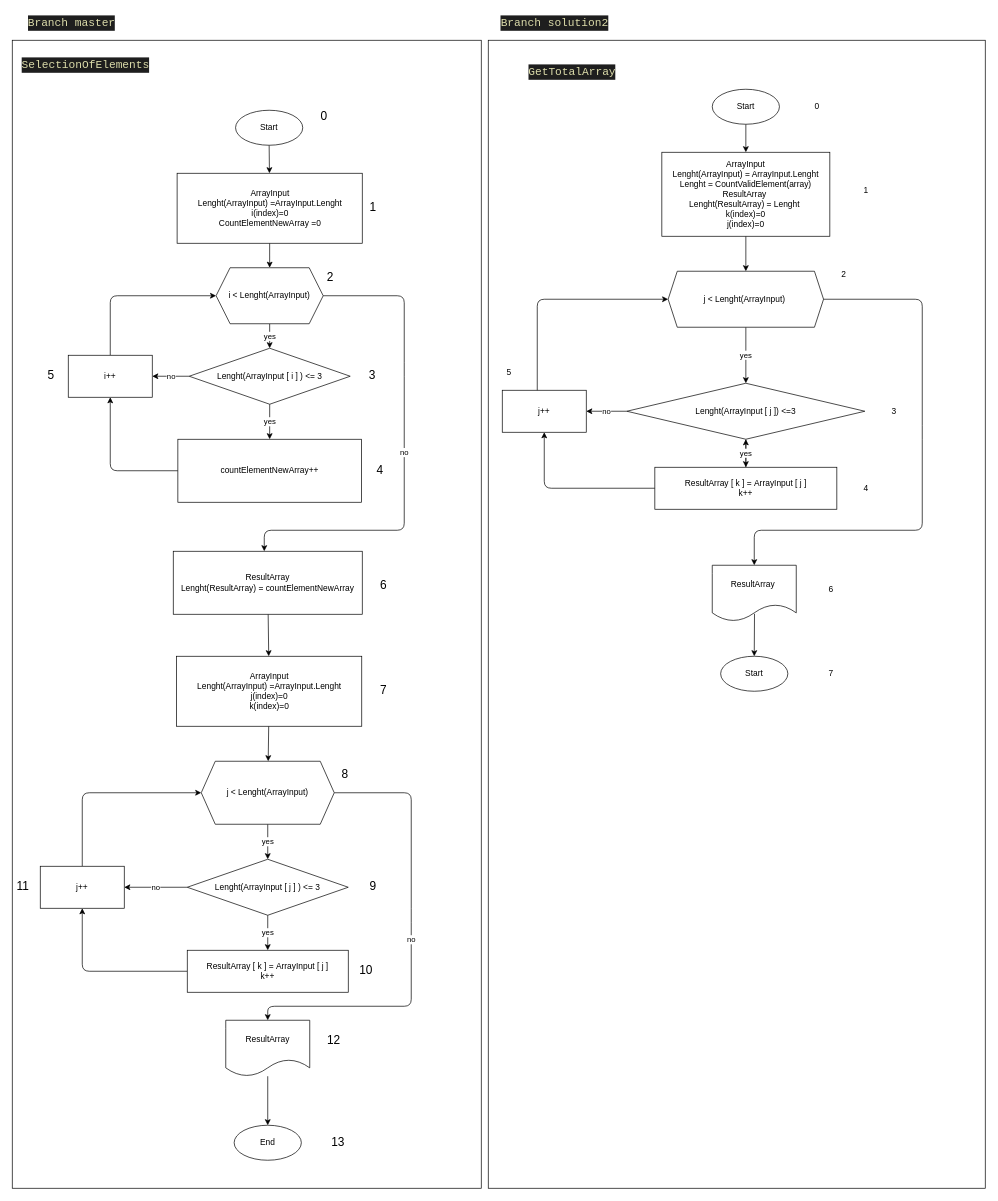
This is Task/al.drawio from KuroTamashiAF/Final-test-work, a draw.io file, before an edit. Source tidied: cells renumbered, new cells numbered last; positions are measured from the earlier drawing's top-left corner, leaving out a move shared by most shapes. Both pictures are drawn from the tidied source at 70%, with x=0, y=0 at pixel (12, 12).
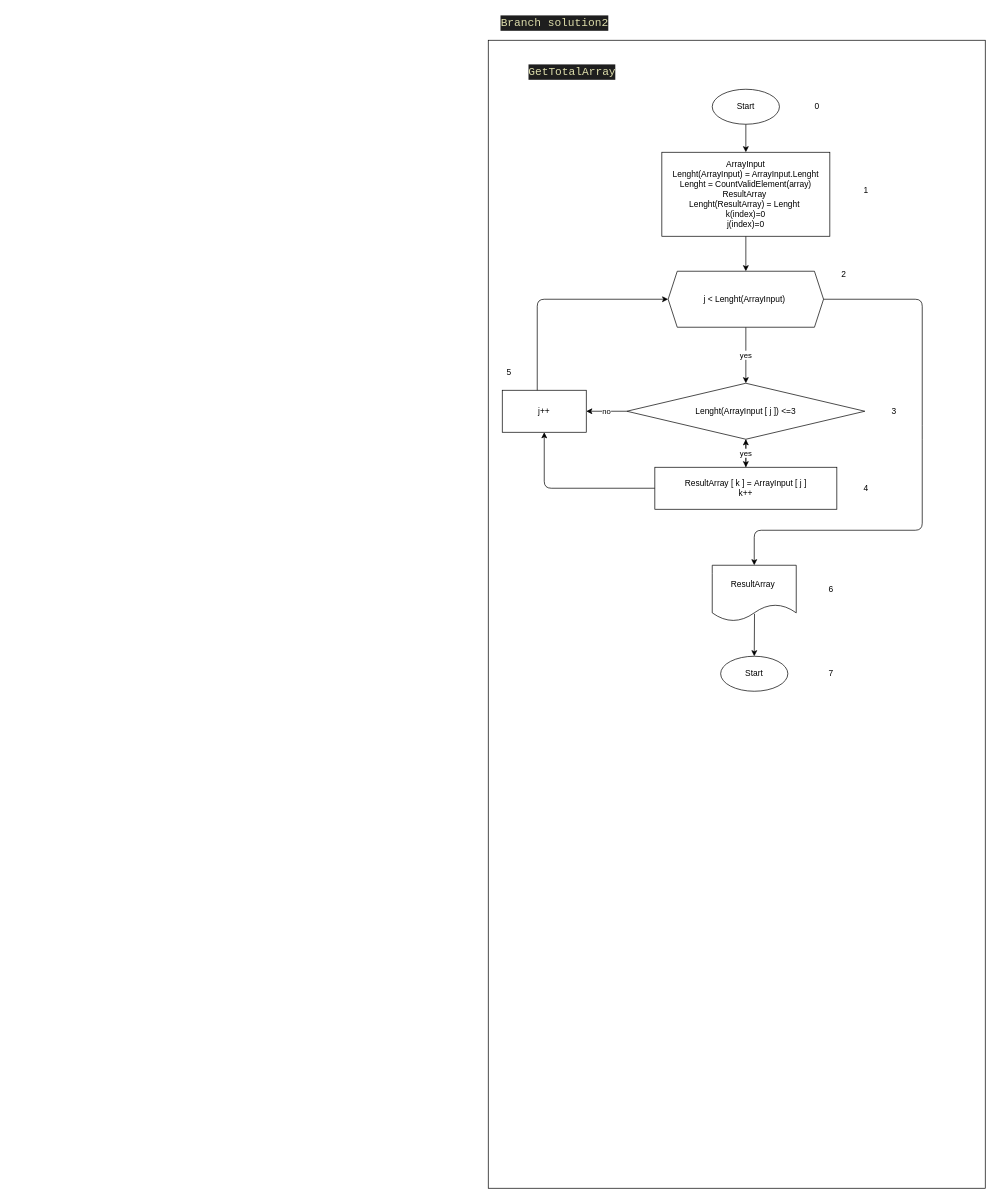
The same page after the edit.

What changed in the source:
```diff
@@
-    <mxCell id="3" style="rounded=0;whiteSpace=wrap;html=1;" parent="1" vertex="1">
-      <mxGeometry y="40" width="670" height="1640" as="geometry" />
-    </mxCell>
-    <mxCell id="4" style="edgeStyle=none;html=1;" parent="1" edge="1" source="5" target="7">
-      <mxGeometry relative="1" as="geometry" />
-    </mxCell>
-    <mxCell id="5" value="Start" style="ellipse;whiteSpace=wrap;html=1;" parent="1" vertex="1">
-      <mxGeometry x="319" y="140" width="96" height="50" as="geometry" />
-    </mxCell>
-    <mxCell id="6" style="edgeStyle=none;html=1;" parent="1" edge="1" source="7" target="10">
-      <mxGeometry relative="1" as="geometry" />
-    </mxCell>
-    <mxCell id="7" value="ArrayInput&lt;br&gt;Lenght(ArrayInput) =ArrayInput.Lenght&lt;br&gt;i(index)=0&lt;br&gt;CountElementNewArray =0" style="whiteSpace=wrap;html=1;" parent="1" vertex="1">
-      <mxGeometry x="235.5" y="230" width="264.5" height="100" as="geometry" />
-    </mxCell>
-    <mxCell id="8" value="yes" style="edgeStyle=none;html=1;" parent="1" edge="1" source="10" target="13">
-      <mxGeometry relative="1" as="geometry" />
-    </mxCell>
-    <mxCell id="9" value="no" style="edgeStyle=none;html=1;" parent="1" edge="1" source="10">
-      <mxGeometry relative="1" as="geometry">
-        <mxPoint x="360" y="770" as="targetPoint" />
-        <Array as="points">
-          <mxPoint x="560" y="405" />
-          <mxPoint x="560" y="510" />
-          <mxPoint x="560" y="740" />
-          <mxPoint x="360" y="740" />
-        </Array>
-      </mxGeometry>
-    </mxCell>
-    <mxCell id="10" value="i &amp;lt; Lenght(ArrayInput)" style="shape=hexagon;perimeter=hexagonPerimeter2;whiteSpace=wrap;html=1;fixedSize=1;" parent="1" vertex="1">
-      <mxGeometry x="291.2" y="365" width="153" height="80" as="geometry" />
-    </mxCell>
-    <mxCell id="11" value="yes" style="edgeStyle=none;html=1;" parent="1" edge="1" source="13" target="15">
-      <mxGeometry relative="1" as="geometry" />
-    </mxCell>
-    <mxCell id="12" value="no" style="edgeStyle=none;html=1;exitX=0;exitY=0.5;exitDx=0;exitDy=0;entryX=1;entryY=0.5;entryDx=0;entryDy=0;" parent="1" edge="1" source="13" target="17">
-      <mxGeometry relative="1" as="geometry" />
-    </mxCell>
-    <mxCell id="13" value="&lt;span&gt;Lenght(ArrayInput [ i ] ) &amp;lt;= 3&lt;/span&gt;" style="rhombus;whiteSpace=wrap;html=1;" parent="1" vertex="1">
-      <mxGeometry x="252.8" y="480" width="230" height="80" as="geometry" />
-    </mxCell>
-    <mxCell id="14" style="edgeStyle=none;html=1;exitX=0;exitY=0.5;exitDx=0;exitDy=0;entryX=0.5;entryY=1;entryDx=0;entryDy=0;" parent="1" edge="1" source="15" target="17">
-      <mxGeometry relative="1" as="geometry">
-        <Array as="points">
-          <mxPoint x="140" y="655" />
-        </Array>
-      </mxGeometry>
-    </mxCell>
-    <mxCell id="15" value="&lt;br&gt;&lt;span&gt;countElementNewArray++&lt;br&gt;&lt;br&gt;&lt;/span&gt;" style="whiteSpace=wrap;html=1;" parent="1" vertex="1">
-      <mxGeometry x="236.6" y="610" width="262.2" height="90" as="geometry" />
-    </mxCell>
-    <mxCell id="16" style="edgeStyle=none;html=1;entryX=0;entryY=0.5;entryDx=0;entryDy=0;" parent="1" edge="1" source="17" target="10">
-      <mxGeometry relative="1" as="geometry">
-        <Array as="points">
-          <mxPoint x="140" y="405" />
-        </Array>
-      </mxGeometry>
-    </mxCell>
-    <mxCell id="17" value="i++" style="rounded=0;whiteSpace=wrap;html=1;" parent="1" vertex="1">
-      <mxGeometry x="80" y="490" width="120" height="60" as="geometry" />
-    </mxCell>
-    <mxCell id="18" style="edgeStyle=none;html=1;" parent="1" edge="1" source="19" target="21">
-      <mxGeometry relative="1" as="geometry" />
-    </mxCell>
-    <mxCell id="19" value="ResultArray&lt;br&gt;Lenght(ResultArray) =&amp;nbsp;countElementNewArray" style="rounded=0;whiteSpace=wrap;html=1;" parent="1" vertex="1">
-      <mxGeometry x="230" y="770" width="270" height="90" as="geometry" />
-    </mxCell>
-    <mxCell id="20" style="edgeStyle=none;html=1;" parent="1" edge="1" source="21" target="24">
-      <mxGeometry relative="1" as="geometry" />
-    </mxCell>
-    <mxCell id="21" value="ArrayInput&lt;br&gt;Lenght(ArrayInput) =ArrayInput.Lenght&lt;br&gt;j(index)=0&lt;br&gt;k(index)=0" style="whiteSpace=wrap;html=1;" parent="1" vertex="1">
-      <mxGeometry x="234.8" y="920" width="264.5" height="100" as="geometry" />
-    </mxCell>
-    <mxCell id="22" value="yes" style="edgeStyle=none;html=1;" parent="1" edge="1" source="24" target="27">
-      <mxGeometry relative="1" as="geometry" />
-    </mxCell>
-    <mxCell id="23" value="no" style="edgeStyle=none;html=1;entryX=0.5;entryY=0;entryDx=0;entryDy=0;" parent="1" edge="1" source="24" target="33">
-      <mxGeometry relative="1" as="geometry">
-        <Array as="points">
-          <mxPoint x="570" y="1115" />
-          <mxPoint x="570" y="1290" />
-          <mxPoint x="570" y="1420" />
-          <mxPoint x="365" y="1420" />
-        </Array>
-      </mxGeometry>
-    </mxCell>
-    <mxCell id="24" value="&lt;span&gt;j &amp;lt; Lenght(ArrayInput)&lt;/span&gt;" style="shape=hexagon;perimeter=hexagonPerimeter2;whiteSpace=wrap;html=1;fixedSize=1;" parent="1" vertex="1">
-      <mxGeometry x="270" y="1070" width="190" height="90" as="geometry" />
-    </mxCell>
-    <mxCell id="25" value="yes" style="edgeStyle=none;html=1;" parent="1" edge="1" source="27" target="29">
-      <mxGeometry relative="1" as="geometry" />
-    </mxCell>
-    <mxCell id="26" value="no" style="edgeStyle=none;html=1;entryX=1;entryY=0.5;entryDx=0;entryDy=0;" parent="1" edge="1" source="27" target="31">
-      <mxGeometry relative="1" as="geometry" />
-    </mxCell>
-    <mxCell id="27" value="&lt;span&gt;Lenght(ArrayInput [ j ] ) &amp;lt;= 3&lt;/span&gt;" style="rhombus;whiteSpace=wrap;html=1;" parent="1" vertex="1">
-      <mxGeometry x="250" y="1210" width="230" height="80" as="geometry" />
-    </mxCell>
-    <mxCell id="28" style="edgeStyle=none;html=1;entryX=0.5;entryY=1;entryDx=0;entryDy=0;" parent="1" edge="1" source="29" target="31">
-      <mxGeometry relative="1" as="geometry">
-        <Array as="points">
-          <mxPoint x="100" y="1370" />
-        </Array>
-      </mxGeometry>
-    </mxCell>
-    <mxCell id="29" value="&lt;span&gt;ResultArray [ k ] =&amp;nbsp;&lt;/span&gt;ArrayInput [ j ]&lt;br&gt;k++" style="whiteSpace=wrap;html=1;" parent="1" vertex="1">
-      <mxGeometry x="250" y="1340" width="230" height="60" as="geometry" />
-    </mxCell>
-    <mxCell id="30" style="edgeStyle=none;html=1;entryX=0;entryY=0.5;entryDx=0;entryDy=0;" parent="1" edge="1" source="31" target="24">
-      <mxGeometry relative="1" as="geometry">
-        <Array as="points">
-          <mxPoint x="100" y="1115" />
-        </Array>
-      </mxGeometry>
-    </mxCell>
-    <mxCell id="31" value="j++" style="rounded=0;whiteSpace=wrap;html=1;" parent="1" vertex="1">
-      <mxGeometry x="40" y="1220" width="120" height="60" as="geometry" />
-    </mxCell>
-    <mxCell id="32" style="edgeStyle=none;html=1;" parent="1" edge="1" source="33" target="34">
-      <mxGeometry relative="1" as="geometry" />
-    </mxCell>
-    <mxCell id="33" value="ResultArray" style="shape=document;whiteSpace=wrap;html=1;boundedLbl=1;" parent="1" vertex="1">
-      <mxGeometry x="305" y="1440" width="120" height="80" as="geometry" />
-    </mxCell>
-    <mxCell id="34" value="End" style="ellipse;whiteSpace=wrap;html=1;" parent="1" vertex="1">
-      <mxGeometry x="317" y="1590" width="96" height="50" as="geometry" />
-    </mxCell>
-    <mxCell id="35" value="&lt;font style=&quot;font-size: 17px&quot;&gt;0&lt;/font&gt;" style="text;html=1;align=center;verticalAlign=middle;strokeColor=none;fillColor=none;strokeWidth=1;" parent="1" vertex="1">
-      <mxGeometry x="430" y="140" width="30" height="20" as="geometry" />
-    </mxCell>
-    <mxCell id="36" value="&lt;font style=&quot;font-size: 17px&quot;&gt;1&lt;/font&gt;" style="text;html=1;align=center;verticalAlign=middle;strokeColor=none;fillColor=none;strokeWidth=1;" parent="1" vertex="1">
-      <mxGeometry x="500" y="270" width="30" height="20" as="geometry" />
-    </mxCell>
-    <mxCell id="37" value="&lt;font style=&quot;font-size: 17px&quot;&gt;2&lt;/font&gt;" style="text;html=1;align=center;verticalAlign=middle;strokeColor=none;fillColor=none;strokeWidth=1;" parent="1" vertex="1">
-      <mxGeometry x="439" y="370" width="30" height="20" as="geometry" />
-    </mxCell>
-    <mxCell id="38" value="&lt;font style=&quot;font-size: 17px&quot;&gt;3&lt;/font&gt;" style="text;html=1;align=center;verticalAlign=middle;strokeColor=none;fillColor=none;strokeWidth=1;" parent="1" vertex="1">
-      <mxGeometry x="498.9" y="510" width="30" height="20" as="geometry" />
-    </mxCell>
-    <mxCell id="39" value="&lt;font style=&quot;font-size: 17px&quot;&gt;4&lt;/font&gt;" style="text;html=1;align=center;verticalAlign=middle;strokeColor=none;fillColor=none;strokeWidth=1;" parent="1" vertex="1">
-      <mxGeometry x="510" y="645" width="30" height="20" as="geometry" />
-    </mxCell>
-    <mxCell id="40" value="&lt;font style=&quot;font-size: 17px&quot;&gt;5&lt;/font&gt;" style="text;html=1;align=center;verticalAlign=middle;strokeColor=none;fillColor=none;strokeWidth=1;" parent="1" vertex="1">
-      <mxGeometry x="40" y="510" width="30" height="20" as="geometry" />
-    </mxCell>
-    <mxCell id="41" value="&lt;font style=&quot;font-size: 17px&quot;&gt;6&lt;/font&gt;" style="text;html=1;align=center;verticalAlign=middle;strokeColor=none;fillColor=none;strokeWidth=1;" parent="1" vertex="1">
-      <mxGeometry x="515" y="810" width="30" height="20" as="geometry" />
-    </mxCell>
-    <mxCell id="42" value="&lt;font style=&quot;font-size: 17px&quot;&gt;7&lt;/font&gt;" style="text;html=1;align=center;verticalAlign=middle;strokeColor=none;fillColor=none;strokeWidth=1;" parent="1" vertex="1">
-      <mxGeometry x="515" y="960" width="30" height="20" as="geometry" />
-    </mxCell>
-    <mxCell id="43" value="&lt;font style=&quot;font-size: 17px&quot;&gt;8&lt;/font&gt;" style="text;html=1;align=center;verticalAlign=middle;strokeColor=none;fillColor=none;strokeWidth=1;" parent="1" vertex="1">
-      <mxGeometry x="460" y="1080" width="30" height="20" as="geometry" />
-    </mxCell>
-    <mxCell id="44" value="&lt;font style=&quot;font-size: 17px&quot;&gt;9&lt;/font&gt;" style="text;html=1;align=center;verticalAlign=middle;strokeColor=none;fillColor=none;strokeWidth=1;" parent="1" vertex="1">
-      <mxGeometry x="500" y="1240" width="30" height="20" as="geometry" />
-    </mxCell>
-    <mxCell id="45" value="&lt;font style=&quot;font-size: 17px&quot;&gt;10&lt;/font&gt;" style="text;html=1;align=center;verticalAlign=middle;strokeColor=none;fillColor=none;strokeWidth=1;" parent="1" vertex="1">
-      <mxGeometry x="490" y="1360" width="30" height="20" as="geometry" />
-    </mxCell>
-    <mxCell id="46" value="&lt;font style=&quot;font-size: 17px&quot;&gt;11&lt;/font&gt;" style="text;html=1;align=center;verticalAlign=middle;strokeColor=none;fillColor=none;strokeWidth=1;" parent="1" vertex="1">
-      <mxGeometry y="1240" width="30" height="20" as="geometry" />
-    </mxCell>
-    <mxCell id="47" value="&lt;font style=&quot;font-size: 17px&quot;&gt;12&lt;/font&gt;" style="text;html=1;align=center;verticalAlign=middle;strokeColor=none;fillColor=none;strokeWidth=1;" parent="1" vertex="1">
-      <mxGeometry x="444.2" y="1460" width="30" height="20" as="geometry" />
-    </mxCell>
-    <mxCell id="48" value="&lt;font style=&quot;font-size: 17px&quot;&gt;13&lt;/font&gt;" style="text;html=1;align=center;verticalAlign=middle;strokeColor=none;fillColor=none;strokeWidth=1;" parent="1" vertex="1">
-      <mxGeometry x="450" y="1605" width="30" height="20" as="geometry" />
-    </mxCell>
-    <mxCell id="49" value="&lt;div style=&quot;color: rgb(212 , 212 , 212) ; background-color: rgb(30 , 30 , 30) ; font-family: &amp;#34;consolas&amp;#34; , &amp;#34;courier new&amp;#34; , monospace ; font-size: 16px ; line-height: 22px&quot;&gt;&lt;span style=&quot;color: #dcdcaa&quot;&gt;SelectionOfElements&lt;/span&gt;&lt;/div&gt;" style="text;html=1;strokeColor=none;fillColor=none;align=center;verticalAlign=middle;whiteSpace=wrap;rounded=0;" parent="1" vertex="1">
-      <mxGeometry x="20" y="60" width="170" height="30" as="geometry" />
-    </mxCell>
@@
-    <mxCell id="64" value="&lt;div style=&quot;background-color: rgb(30 , 30 , 30) ; font-family: &amp;#34;consolas&amp;#34; , &amp;#34;courier new&amp;#34; , monospace ; font-size: 16px ; line-height: 22px&quot;&gt;&lt;font color=&quot;#dcdcaa&quot;&gt;Branch master&lt;/font&gt;&lt;/div&gt;" style="text;html=1;strokeColor=none;fillColor=none;align=center;verticalAlign=middle;whiteSpace=wrap;rounded=0;" parent="1" vertex="1">
-      <mxGeometry width="170" height="30" as="geometry" />
-    </mxCell>
```
